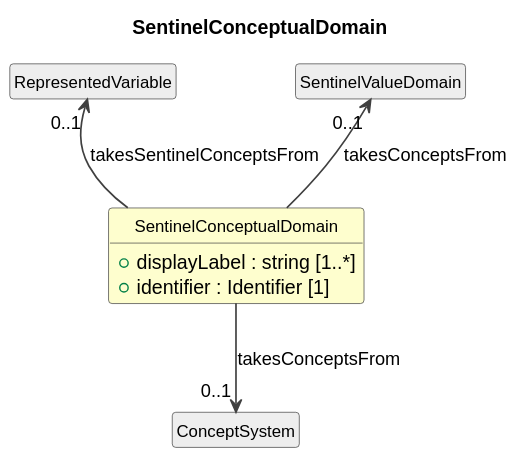
Cross-Domain-Interoperability-Framework/metadataBuildingBlocks keeps this PlantUML diagram as cdif-uml-model/_plantuml/cdifDataStructure/Classes/SentinelConceptualDomain.svg. Above is the earlier version. The source it was exported from:
```plantuml
@startuml
title SentinelConceptualDomain
hide circle
hide empty members
skinparam shadowing false
skinparam ArrowThickness 1.2
skinparam class {
  ArrowColor #404040
  BorderColor #404040
  FontSize 12
}

class "SentinelConceptualDomain" as SentinelConceptualDomain #FEFECE {
  +displayLabel : string [1..*]
  +identifier : Identifier [1]
}
class "RepresentedVariable" as RepresentedVariable #EEEEEE
RepresentedVariable "0..1" <-- SentinelConceptualDomain : takesSentinelConceptsFrom
class "SentinelValueDomain" as SentinelValueDomain #EEEEEE
SentinelValueDomain "0..1" <-- SentinelConceptualDomain : takesConceptsFrom
class "ConceptSystem" as ConceptSystem #EEEEEE
SentinelConceptualDomain --> "0..1" ConceptSystem : takesConceptsFrom
@enduml
```
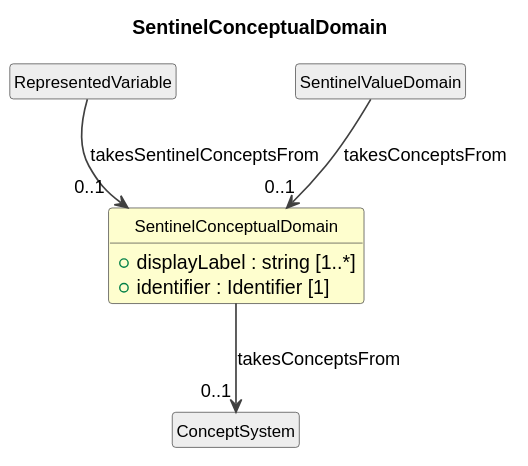
Later version of the same file.

What changed in the source:
```diff
@@ -15,9 +15,9 @@
   +identifier : Identifier [1]
 }
 class "RepresentedVariable" as RepresentedVariable #EEEEEE
-RepresentedVariable "0..1" <-- SentinelConceptualDomain : takesSentinelConceptsFrom
+RepresentedVariable --> "0..1" SentinelConceptualDomain : takesSentinelConceptsFrom
 class "SentinelValueDomain" as SentinelValueDomain #EEEEEE
-SentinelValueDomain "0..1" <-- SentinelConceptualDomain : takesConceptsFrom
+SentinelValueDomain --> "0..1" SentinelConceptualDomain : takesConceptsFrom
 class "ConceptSystem" as ConceptSystem #EEEEEE
 SentinelConceptualDomain --> "0..1" ConceptSystem : takesConceptsFrom
 @enduml
```
